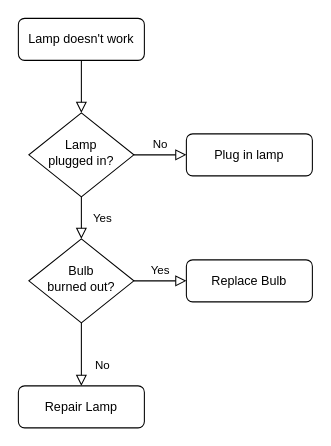
The draw.io diagram requestAudioFocus.drawio in KingMing2017/Android-Common-Lib, before the edit. Source tidied: cells renumbered, new cells numbered last; positions are measured from the earlier drawing's top-left corner, leaving out a move shared by most shapes. Both pictures are drawn from the tidied source at 105%, with x=0, y=0 at pixel (18, 18).
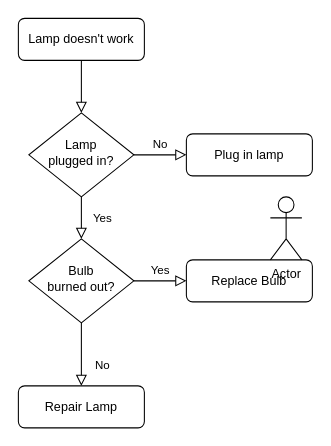
After the change.

The edit, as a diff of the source:
```diff
@@
 <mxGraphModel>
   <root>
     <mxCell id="0" />
     <mxCell id="1" parent="0" />
     <mxCell id="2" style="rounded=0;html=1;jettySize=auto;fontSize=11;endArrow=block;endFill=0;endSize=8;strokeWidth=1;shadow=0;labelBackgroundColor=none;edgeStyle=orthogonalEdgeStyle;" parent="1" edge="1" source="3" target="6">
       <mxGeometry relative="1" as="geometry" />
     </mxCell>
     <mxCell id="3" value="Lamp doesn't work" style="rounded=1;whiteSpace=wrap;html=1;fontSize=12;glass=0;strokeWidth=1;shadow=0;" parent="1" vertex="1">
       <mxGeometry width="120" height="40" as="geometry" />
     </mxCell>
     <mxCell id="4" value="Yes" style="rounded=0;html=1;jettySize=auto;fontSize=11;endArrow=block;endFill=0;endSize=8;strokeWidth=1;shadow=0;labelBackgroundColor=none;edgeStyle=orthogonalEdgeStyle;" parent="1" edge="1" source="6" target="10">
       <mxGeometry y="20" relative="1" as="geometry" />
     </mxCell>
     <mxCell id="5" value="No" style="edgeStyle=orthogonalEdgeStyle;rounded=0;html=1;jettySize=auto;fontSize=11;endArrow=block;endFill=0;endSize=8;strokeWidth=1;shadow=0;labelBackgroundColor=none;" parent="1" edge="1" source="6" target="7">
       <mxGeometry y="10" relative="1" as="geometry" />
     </mxCell>
     <mxCell id="6" value="Lamp&lt;br&gt;plugged in?" style="rhombus;whiteSpace=wrap;html=1;shadow=0;fontFamily=Helvetica;fontSize=12;align=center;strokeWidth=1;spacing=6;spacingTop=-4;" parent="1" vertex="1">
       <mxGeometry x="10" y="90" width="100" height="80" as="geometry" />
     </mxCell>
     <mxCell id="7" value="Plug in lamp" style="rounded=1;whiteSpace=wrap;html=1;fontSize=12;glass=0;strokeWidth=1;shadow=0;" parent="1" vertex="1">
       <mxGeometry x="160" y="110" width="120" height="40" as="geometry" />
     </mxCell>
     <mxCell id="8" value="No" style="rounded=0;html=1;jettySize=auto;fontSize=11;endArrow=block;endFill=0;endSize=8;strokeWidth=1;shadow=0;labelBackgroundColor=none;edgeStyle=orthogonalEdgeStyle;" parent="1" edge="1" source="10" target="11">
       <mxGeometry x="0.33" y="20" relative="1" as="geometry" />
     </mxCell>
     <mxCell id="9" value="Yes" style="edgeStyle=orthogonalEdgeStyle;rounded=0;html=1;jettySize=auto;fontSize=11;endArrow=block;endFill=0;endSize=8;strokeWidth=1;shadow=0;labelBackgroundColor=none;" parent="1" edge="1" source="10" target="12">
       <mxGeometry y="10" relative="1" as="geometry" />
     </mxCell>
     <mxCell id="10" value="Bulb&lt;br&gt;burned out?" style="rhombus;whiteSpace=wrap;html=1;shadow=0;fontFamily=Helvetica;fontSize=12;align=center;strokeWidth=1;spacing=6;spacingTop=-4;" parent="1" vertex="1">
       <mxGeometry x="10" y="210" width="100" height="80" as="geometry" />
     </mxCell>
     <mxCell id="11" value="Repair Lamp" style="rounded=1;whiteSpace=wrap;html=1;fontSize=12;glass=0;strokeWidth=1;shadow=0;" parent="1" vertex="1">
       <mxGeometry y="350" width="120" height="40" as="geometry" />
     </mxCell>
     <mxCell id="12" value="Replace Bulb" style="rounded=1;whiteSpace=wrap;html=1;fontSize=12;glass=0;strokeWidth=1;shadow=0;" parent="1" vertex="1">
       <mxGeometry x="160" y="230" width="120" height="40" as="geometry" />
     </mxCell>
+    <mxCell id="13" value="Actor" style="shape=umlActor;verticalLabelPosition=bottom;verticalAlign=top;html=1;" parent="1" vertex="1">
+      <mxGeometry x="240" y="170" width="30" height="60" as="geometry" />
+    </mxCell>
   </root>
 </mxGraphModel>
```
